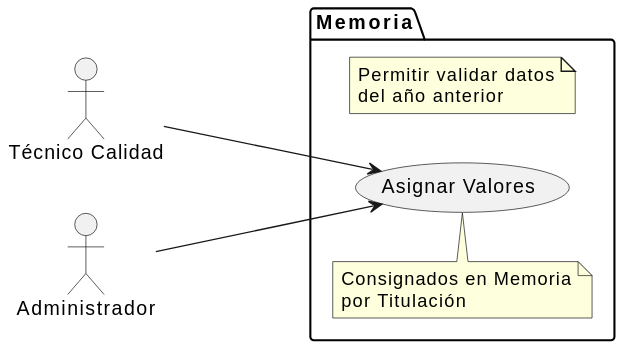
Above: images/modelosUML/CdU/Individuales/AsignarValores.svg in mmasias/24-25-IdSw1-SDR (PlantUML), before the change.
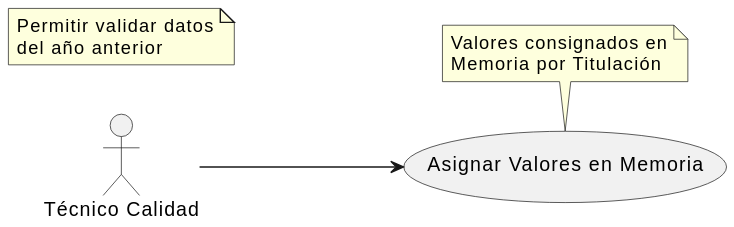
Later version of the same file.

Change to the diagram source:
```diff
@@ -2,18 +2,14 @@
 left to right direction
 
 actor "Técnico Calidad" as tec
-actor "Administrador" as admin
 
-package "Memoria" as valoresPackage {
-    usecase "Asignar Valores" as asignarValores
-    note top of asignarValores
-        Consignados en Memoria
-        por Titulación
-    end note
+usecase "Asignar Valores en Memoria" as asignarValores
+note top of asignarValores
+    Valores consignados en
+    Memoria por Titulación
+end note
 
-    note "Permitir validar datos\ndel año anterior" as valoresDef
-}
+note "Permitir validar datos\ndel año anterior" as valoresDef
 
 tec ---> asignarValores
-admin ---> asignarValores
 @enduml
```
